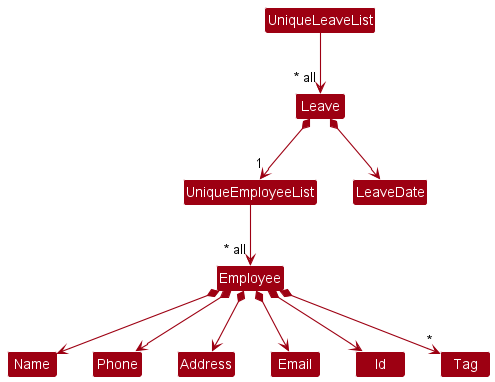
The PlantUML diagram docs/images/commands/leave/LeaveModelClassDiagram.png in nus-cs2103-AY2223S2/tp, before a commit.
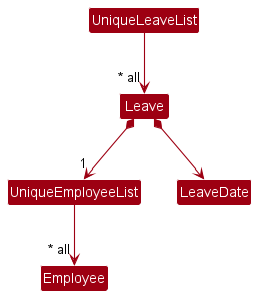
Later version of the same file.

Commit message:
Fix leave uml

What changed in the source:
```diff
@@ -5,31 +5,19 @@
 skinparam classBackgroundColor MODEL_COLOR
 
 Class UniqueEmployeeList
-Class Id
 Class Employee
-Class Address
-Class Email
-Class Name
-Class Phone
-Class Tag
+
 
 Class UniqueLeaveList
 Class Leave
 Class LeaveDate
 
 UniqueEmployeeList --> "~* all" Employee
-Employee *--> Id
-Employee *--> Name
-Employee *--> Phone
-Employee *--> Email
-Employee *--> Address
-Employee *--> "*" Tag
+
 
 UniqueLeaveList --> "~* all" Leave
 Leave *--> LeaveDate
 Leave *-->"1"UniqueEmployeeList
 
-Name -[hidden]right-> Phone
-Phone -[hidden]right-> Address
-Address -[hidden]right-> Email
+
 @enduml
```
